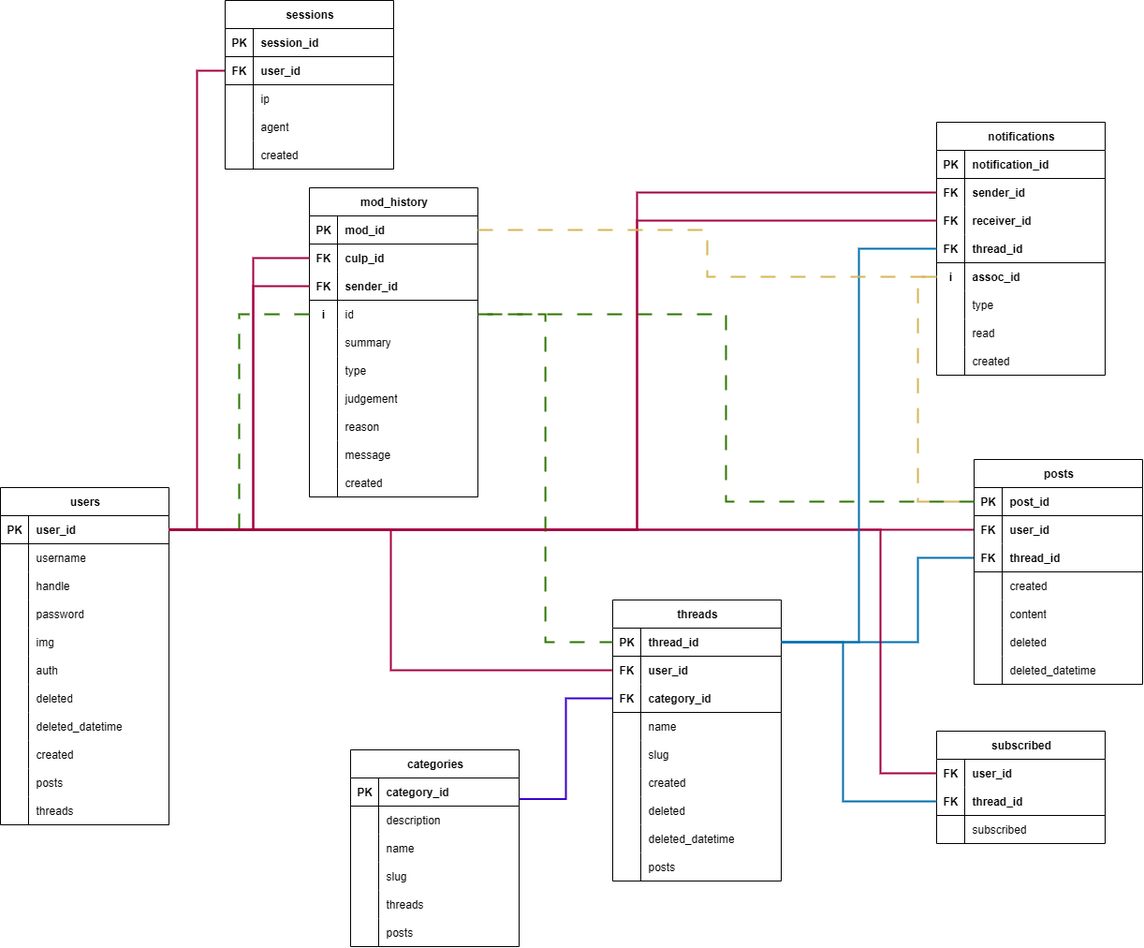
Above: Forum-DB-schematic.png in The-An0nym/forum (draw.io), before the change. Source tidied: cells renumbered, new cells last; positions are measured from the earlier drawing's top-left corner, leaving out a move shared by most shapes.
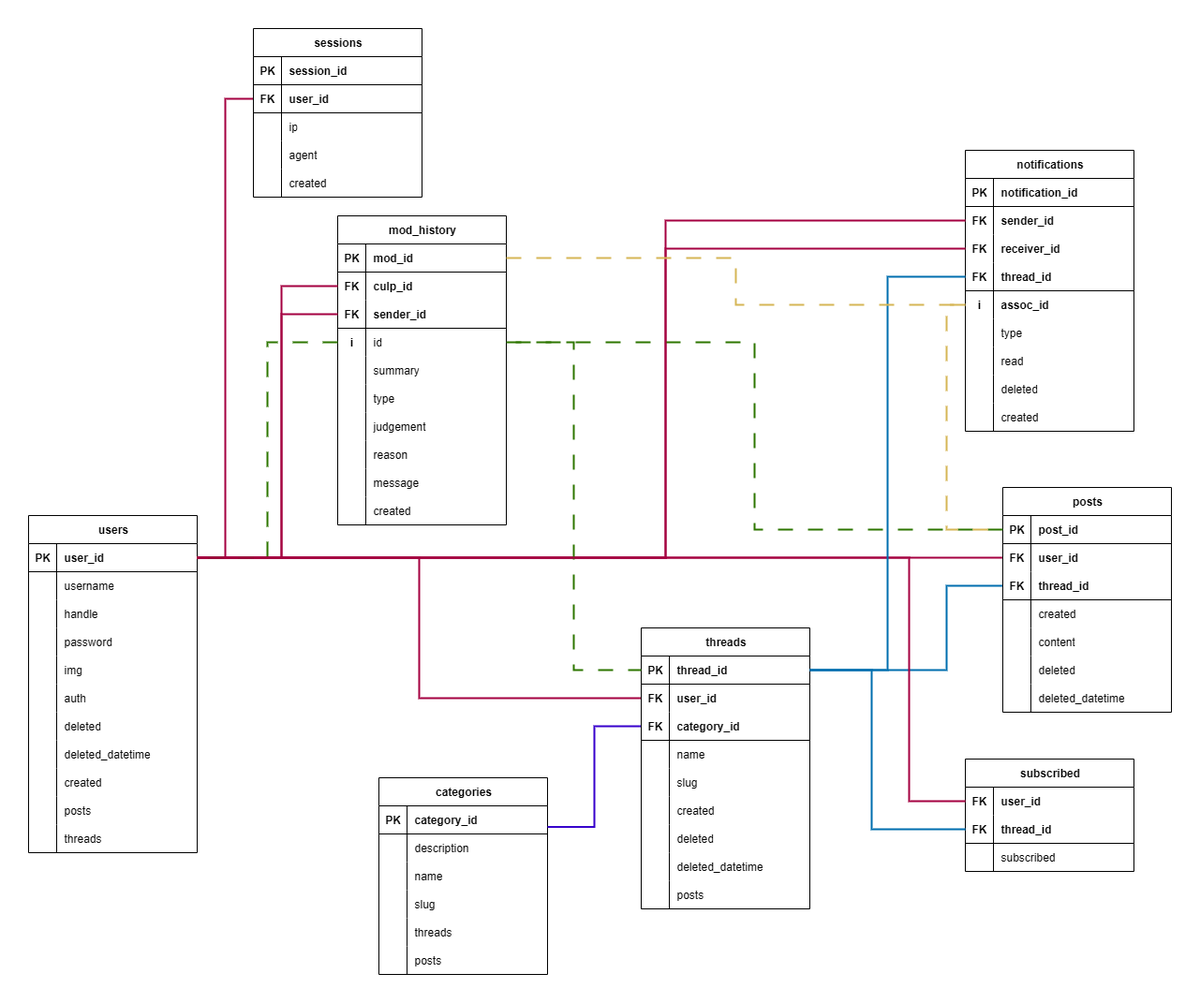
The same diagram one commit later.

Change to the diagram source:
```diff
@@ -514,7 +514,7 @@
       <mxGeometry x="1000" y="130" width="180" height="150" as="geometry" />
     </mxCell>
     <mxCell id="169" value="notifications" style="shape=table;startSize=30;rowLines=0;fontStyle=1;align=center;html=1;" parent="168" vertex="1">
-      <mxGeometry width="180" height="270" as="geometry" />
+      <mxGeometry width="180" height="300" as="geometry" />
     </mxCell>
     <mxCell id="170" style="shape=tableRow;horizontal=0;startSize=0;swimlaneHead=0;swimlaneBody=0;fillColor=none;top=0;left=0;right=0;bottom=1;" parent="169" vertex="1">
       <mxGeometry y="30" width="180" height="30" as="geometry" />
@@ -579,8 +579,17 @@
     <mxCell id="190" value="read" style="shape=partialRectangle;fillColor=none;top=0;left=0;bottom=0;right=0;align=left;spacingLeft=6;overflow=hidden;whiteSpace=wrap;html=1;" parent="188" vertex="1">
       <mxGeometry x="30" width="150" height="30" as="geometry" />
     </mxCell>
+    <mxCell id="219" style="shape=tableRow;horizontal=0;startSize=0;swimlaneHead=0;swimlaneBody=0;fillColor=none;top=0;left=0;right=0;bottom=0;" parent="169" vertex="1">
+      <mxGeometry y="240" width="180" height="30" as="geometry" />
+    </mxCell>
+    <mxCell id="220" style="shape=partialRectangle;fillColor=none;top=0;left=0;bottom=0;right=0;overflow=hidden;whiteSpace=wrap;html=1;" parent="219" vertex="1">
+      <mxGeometry width="30" height="30" as="geometry" />
+    </mxCell>
+    <mxCell id="221" value="deleted" style="shape=partialRectangle;fillColor=none;top=0;left=0;bottom=0;right=0;align=left;spacingLeft=6;overflow=hidden;whiteSpace=wrap;html=1;" parent="219" vertex="1">
+      <mxGeometry x="30" width="150" height="30" as="geometry" />
+    </mxCell>
     <mxCell id="191" style="shape=tableRow;horizontal=0;startSize=0;swimlaneHead=0;swimlaneBody=0;fillColor=none;top=0;left=0;right=0;bottom=0;" parent="169" vertex="1">
-      <mxGeometry y="240" width="180" height="30" as="geometry" />
+      <mxGeometry y="270" width="180" height="30" as="geometry" />
     </mxCell>
     <mxCell id="192" style="shape=partialRectangle;fillColor=none;top=0;left=0;bottom=0;right=0;overflow=hidden;whiteSpace=wrap;html=1;" parent="191" vertex="1">
       <mxGeometry width="30" height="30" as="geometry" />
```
